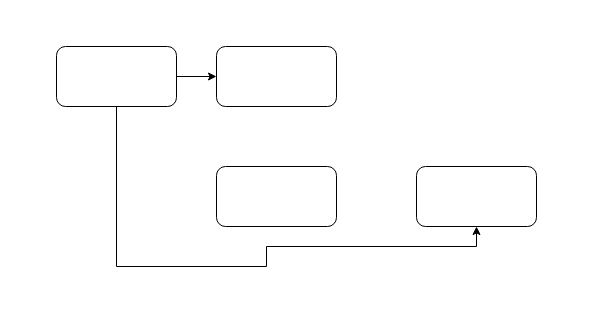
Above: 未命名绘图.drawio in eco-NIN/iodraw-files (draw.io), before the change. Source tidied: cells renumbered, new cells numbered last; positions are measured from the earlier drawing's top-left corner, leaving out a move shared by most shapes. Both pictures are drawn from the tidied source at 100%, with x=0, y=0 at pixel (56, 46).
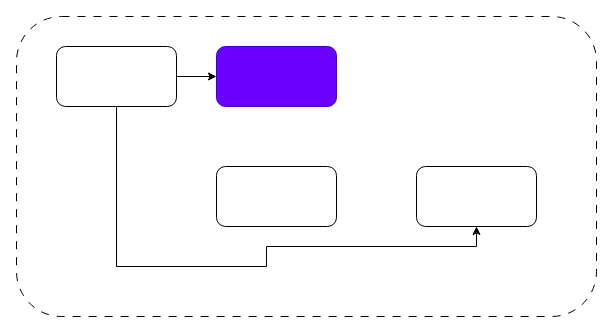
The same diagram, later.

Commit message:
更新未命名绘图.drawio

Change to the diagram source:
```diff
@@
 <mxGraphModel>
   <root>
     <mxCell id="0" />
     <mxCell id="1" parent="0" />
     <mxCell id="2" style="edgeStyle=orthogonalEdgeStyle;rounded=0;jettySize=auto;html=1;" parent="1" edge="1" source="4" target="5">
       <mxGeometry relative="1" as="geometry" />
     </mxCell>
     <mxCell id="3" style="edgeStyle=orthogonalEdgeStyle;rounded=0;jettySize=auto;html=1;exitX=0.5;exitY=1;exitDx=0;exitDy=0;entryX=0.5;entryY=1;entryDx=0;entryDy=0;" parent="1" edge="1" source="4" target="7">
       <mxGeometry x="0.11" relative="1" as="geometry">
         <Array as="points">
           <mxPoint x="60" y="220" />
           <mxPoint x="210" y="220" />
           <mxPoint x="210" y="200" />
           <mxPoint x="420" y="200" />
         </Array>
       </mxGeometry>
     </mxCell>
     <mxCell id="4" style="rounded=1;whiteSpace=wrap;html=1;roundedPerimeter=1;" parent="1" vertex="1">
       <mxGeometry width="120" height="60" as="geometry" />
     </mxCell>
-    <mxCell id="5" style="rounded=1;whiteSpace=wrap;html=1;roundedPerimeter=1;" parent="1" vertex="1">
+    <mxCell id="5" style="rounded=1;whiteSpace=wrap;html=1;roundedPerimeter=1;fillColor=#6a00ff;fontColor=#ffffff;strokeColor=#3700CC;" parent="1" vertex="1">
       <mxGeometry x="160" width="120" height="60" as="geometry" />
     </mxCell>
     <mxCell id="6" style="rounded=1;whiteSpace=wrap;html=1;roundedPerimeter=1;" parent="1" vertex="1">
       <mxGeometry x="160" y="120" width="120" height="60" as="geometry" />
     </mxCell>
     <mxCell id="7" style="rounded=1;whiteSpace=wrap;html=1;roundedPerimeter=1;" parent="1" vertex="1">
       <mxGeometry x="360" y="120" width="120" height="60" as="geometry" />
     </mxCell>
+    <mxCell id="8" style="rounded=1;whiteSpace=wrap;html=1;roundedPerimeter=1;strokeColor=default;fillColor=none;dashed=1;dashPattern=8 8;" parent="1" vertex="1">
+      <mxGeometry x="-40" y="-30" width="580" height="300" as="geometry" />
+    </mxCell>
   </root>
 </mxGraphModel>
```
